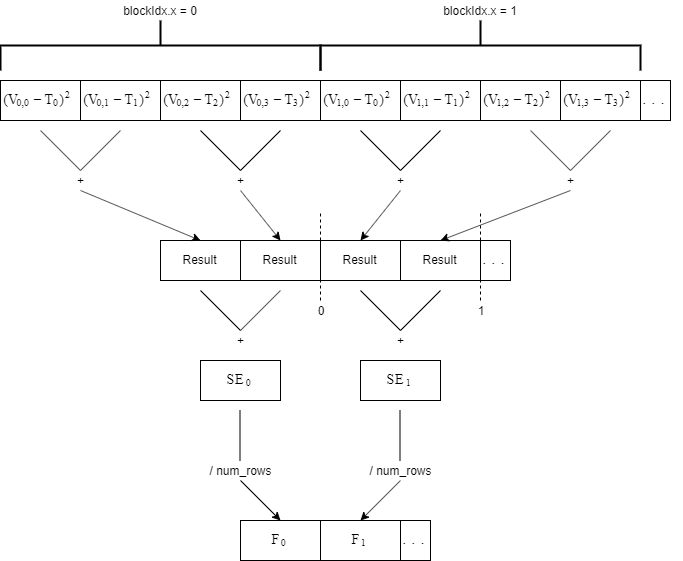
Earlier version of the draw.io export paper_latex/Fitness_Calculation1.png (JoaoDavid/pcm1920_project). Source tidied: cells renumbered, new cells last; positions are measured from the earlier drawing's top-left corner, leaving out a move shared by most shapes.
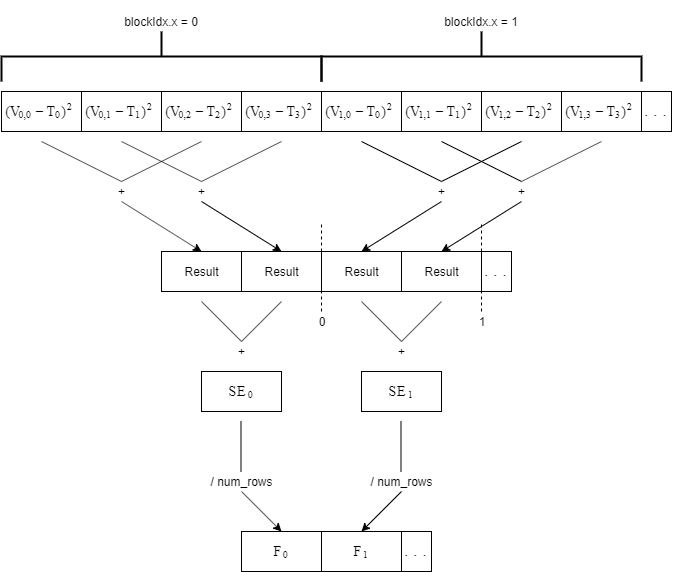
Later version of the same file.

Change to the diagram source:
```diff
@@ -133,76 +133,49 @@
     </mxCell>
     <mxCell id="37" style="endArrow=none;html=1;" parent="1" edge="1">
       <mxGeometry relative="1" as="geometry">
-        <mxPoint x="80" y="285" as="sourcePoint" />
+        <mxPoint x="120" y="285" as="sourcePoint" />
         <mxPoint x="40" y="245" as="targetPoint" />
       </mxGeometry>
     </mxCell>
     <mxCell id="38" style="endArrow=none;html=1;" parent="1" edge="1">
       <mxGeometry relative="1" as="geometry">
-        <mxPoint x="80" y="285" as="sourcePoint" />
-        <mxPoint x="120" y="245" as="targetPoint" />
+        <mxPoint x="120" y="285" as="sourcePoint" />
+        <mxPoint x="200" y="245" as="targetPoint" />
       </mxGeometry>
     </mxCell>
     <mxCell id="39" style="rounded=0;jettySize=auto;html=1;exitX=0.5;exitY=1;exitDx=0;exitDy=0;entryX=0.5;entryY=0;entryDx=0;entryDy=0;" parent="1" edge="1" source="40" target="2">
       <mxGeometry relative="1" as="geometry" />
     </mxCell>
     <mxCell id="40" value="+" style="text;html=1;strokeColor=none;fillColor=none;align=center;verticalAlign=middle;whiteSpace=wrap;rounded=0;" parent="1" vertex="1">
-      <mxGeometry x="60" y="285" width="40" height="20" as="geometry" />
+      <mxGeometry x="100" y="285" width="40" height="20" as="geometry" />
     </mxCell>
-    <mxCell id="41" style="endArrow=none;html=1;" parent="1" edge="1">
-      <mxGeometry relative="1" as="geometry">
-        <mxPoint x="240" y="285" as="sourcePoint" />
-        <mxPoint x="200" y="245" as="targetPoint" />
-      </mxGeometry>
-    </mxCell>
-    <mxCell id="42" style="endArrow=none;html=1;" parent="1" edge="1">
-      <mxGeometry relative="1" as="geometry">
-        <mxPoint x="240" y="285" as="sourcePoint" />
-        <mxPoint x="280" y="245" as="targetPoint" />
-      </mxGeometry>
-    </mxCell>
     <mxCell id="43" style="edgeStyle=none;rounded=0;jettySize=auto;html=1;exitX=0.5;exitY=1;exitDx=0;exitDy=0;entryX=0.5;entryY=0;entryDx=0;entryDy=0;" parent="1" edge="1" source="44" target="7">
       <mxGeometry relative="1" as="geometry" />
     </mxCell>
     <mxCell id="44" value="+" style="text;html=1;strokeColor=none;fillColor=none;align=center;verticalAlign=middle;whiteSpace=wrap;rounded=0;" parent="1" vertex="1">
-      <mxGeometry x="220" y="285" width="40" height="20" as="geometry" />
+      <mxGeometry x="180" y="285" width="40" height="20" as="geometry" />
     </mxCell>
-    <mxCell id="45" style="endArrow=none;html=1;" parent="1" edge="1">
-      <mxGeometry relative="1" as="geometry">
-        <mxPoint x="400" y="285" as="sourcePoint" />
-        <mxPoint x="360" y="245" as="targetPoint" />
-      </mxGeometry>
-    </mxCell>
-    <mxCell id="46" style="endArrow=none;html=1;" parent="1" edge="1">
-      <mxGeometry relative="1" as="geometry">
-        <mxPoint x="400" y="285" as="sourcePoint" />
-        <mxPoint x="440" y="245" as="targetPoint" />
-      </mxGeometry>
-    </mxCell>
     <mxCell id="47" style="edgeStyle=none;rounded=0;jettySize=auto;html=1;exitX=0.5;exitY=1;exitDx=0;exitDy=0;entryX=0.5;entryY=0;entryDx=0;entryDy=0;" parent="1" edge="1" source="48" target="8">
       <mxGeometry relative="1" as="geometry" />
     </mxCell>
     <mxCell id="48" value="+" style="text;html=1;strokeColor=none;fillColor=none;align=center;verticalAlign=middle;whiteSpace=wrap;rounded=0;" parent="1" vertex="1">
-      <mxGeometry x="380" y="285" width="40" height="20" as="geometry" />
+      <mxGeometry x="420" y="285" width="40" height="20" as="geometry" />
     </mxCell>
-    <mxCell id="49" style="endArrow=none;html=1;" parent="1" edge="1">
-      <mxGeometry relative="1" as="geometry">
-        <mxPoint x="570" y="285" as="sourcePoint" />
-        <mxPoint x="530" y="245" as="targetPoint" />
-      </mxGeometry>
-    </mxCell>
-    <mxCell id="50" style="endArrow=none;html=1;" parent="1" edge="1">
-      <mxGeometry relative="1" as="geometry">
-        <mxPoint x="570" y="285" as="sourcePoint" />
-        <mxPoint x="610" y="245" as="targetPoint" />
-      </mxGeometry>
-    </mxCell>
     <mxCell id="51" style="edgeStyle=none;rounded=0;jettySize=auto;html=1;exitX=0.5;exitY=1;exitDx=0;exitDy=0;entryX=0.5;entryY=0;entryDx=0;entryDy=0;" parent="1" edge="1" source="52" target="9">
       <mxGeometry relative="1" as="geometry" />
     </mxCell>
     <mxCell id="52" value="+" style="text;html=1;strokeColor=none;fillColor=none;align=center;verticalAlign=middle;whiteSpace=wrap;rounded=0;" parent="1" vertex="1">
-      <mxGeometry x="550" y="285" width="40" height="20" as="geometry" />
+      <mxGeometry x="500" y="285" width="40" height="20" as="geometry" />
     </mxCell>
+    <mxCell id="57" value="$$\begin{pmatrix}&amp;nbsp;&lt;br&gt;var_{0,0} &amp;amp; var_{0,1} &amp;amp; ... &amp;amp; var_{0,n} &amp;amp; T_{0} \\&lt;br&gt;var_{1,0} &amp;amp; var_{1,1} &amp;amp; ... &amp;amp; var_{1,n} &amp;amp; T_{1} \\&lt;br&gt;var_{2,0} &amp;amp; var_{2,1} &amp;amp; ... &amp;amp; var_{2,n} &amp;amp; T_{2} \\&lt;br&gt;var_{3,0} &amp;amp; var_{3,1} &amp;amp; ... &amp;amp; var_{3,n} &amp;amp; T_{3}&lt;br&gt;\end{pmatrix}$$" style="text;html=1;strokeColor=none;fillColor=none;align=center;verticalAlign=middle;whiteSpace=wrap;rounded=0;" parent="1" vertex="1">
+      <mxGeometry x="252.5" y="-40" width="125" height="70" as="geometry" />
+    </mxCell>
+    <mxCell id="58" value="Dataset :" style="text;html=1;strokeColor=none;fillColor=none;align=center;verticalAlign=middle;whiteSpace=wrap;rounded=0;" parent="1" vertex="1">
+      <mxGeometry x="145" y="-15" width="70" height="20" as="geometry" />
+    </mxCell>
+    <mxCell id="59" style="rounded=0;whiteSpace=wrap;html=1;" parent="1" vertex="1">
+      <mxGeometry x="145" y="-60" width="350" height="115" as="geometry" />
+    </mxCell>
     <mxCell id="53" style="strokeWidth=2;html=1;shape=mxgraph.flowchart.annotation_2;align=left;labelPosition=right;rotation=90;" parent="1" vertex="1">
       <mxGeometry x="135" width="50" height="320" as="geometry" />
     </mxCell>
@@ -215,5 +188,41 @@
     <mxCell id="56" value="blockIdx.x = 1" style="text;html=1;strokeColor=none;fillColor=none;align=center;verticalAlign=middle;whiteSpace=wrap;rounded=0;" parent="1" vertex="1">
       <mxGeometry x="432.5" y="115" width="95" height="20" as="geometry" />
     </mxCell>
+    <mxCell id="60" style="endArrow=none;html=1;" parent="1" edge="1">
+      <mxGeometry relative="1" as="geometry">
+        <mxPoint x="200" y="285" as="sourcePoint" />
+        <mxPoint x="120" y="245" as="targetPoint" />
+      </mxGeometry>
+    </mxCell>
+    <mxCell id="61" style="endArrow=none;html=1;" parent="1" edge="1">
+      <mxGeometry relative="1" as="geometry">
+        <mxPoint x="200" y="285" as="sourcePoint" />
+        <mxPoint x="280" y="245" as="targetPoint" />
+      </mxGeometry>
+    </mxCell>
+    <mxCell id="62" style="endArrow=none;html=1;" parent="1" edge="1">
+      <mxGeometry relative="1" as="geometry">
+        <mxPoint x="440" y="285" as="sourcePoint" />
+        <mxPoint x="360" y="245" as="targetPoint" />
+      </mxGeometry>
+    </mxCell>
+    <mxCell id="63" style="endArrow=none;html=1;" parent="1" edge="1">
+      <mxGeometry relative="1" as="geometry">
+        <mxPoint x="440" y="285" as="sourcePoint" />
+        <mxPoint x="520" y="245" as="targetPoint" />
+      </mxGeometry>
+    </mxCell>
+    <mxCell id="64" style="endArrow=none;html=1;" parent="1" edge="1">
+      <mxGeometry relative="1" as="geometry">
+        <mxPoint x="520" y="285" as="sourcePoint" />
+        <mxPoint x="440" y="245" as="targetPoint" />
+      </mxGeometry>
+    </mxCell>
+    <mxCell id="65" style="endArrow=none;html=1;" parent="1" edge="1">
+      <mxGeometry relative="1" as="geometry">
+        <mxPoint x="520" y="285" as="sourcePoint" />
+        <mxPoint x="600" y="245" as="targetPoint" />
+      </mxGeometry>
+    </mxCell>
   </root>
 </mxGraphModel>
```
